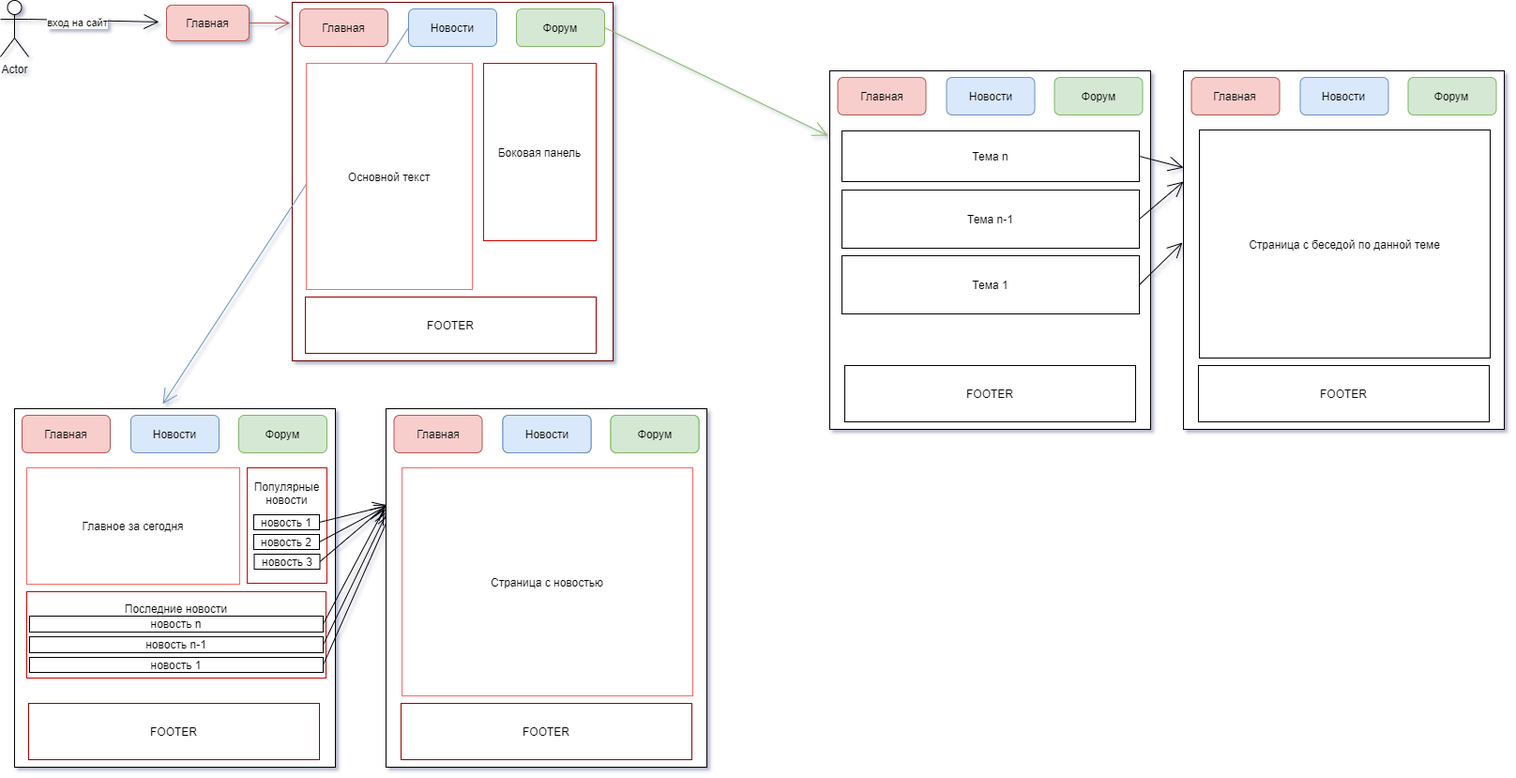
Earlier version of the draw.io export maket.drawio.png (NovicovDanik/PPW). Source tidied: cells renumbered, new cells last; positions are measured from the earlier drawing's top-left corner, leaving out a move shared by most shapes.
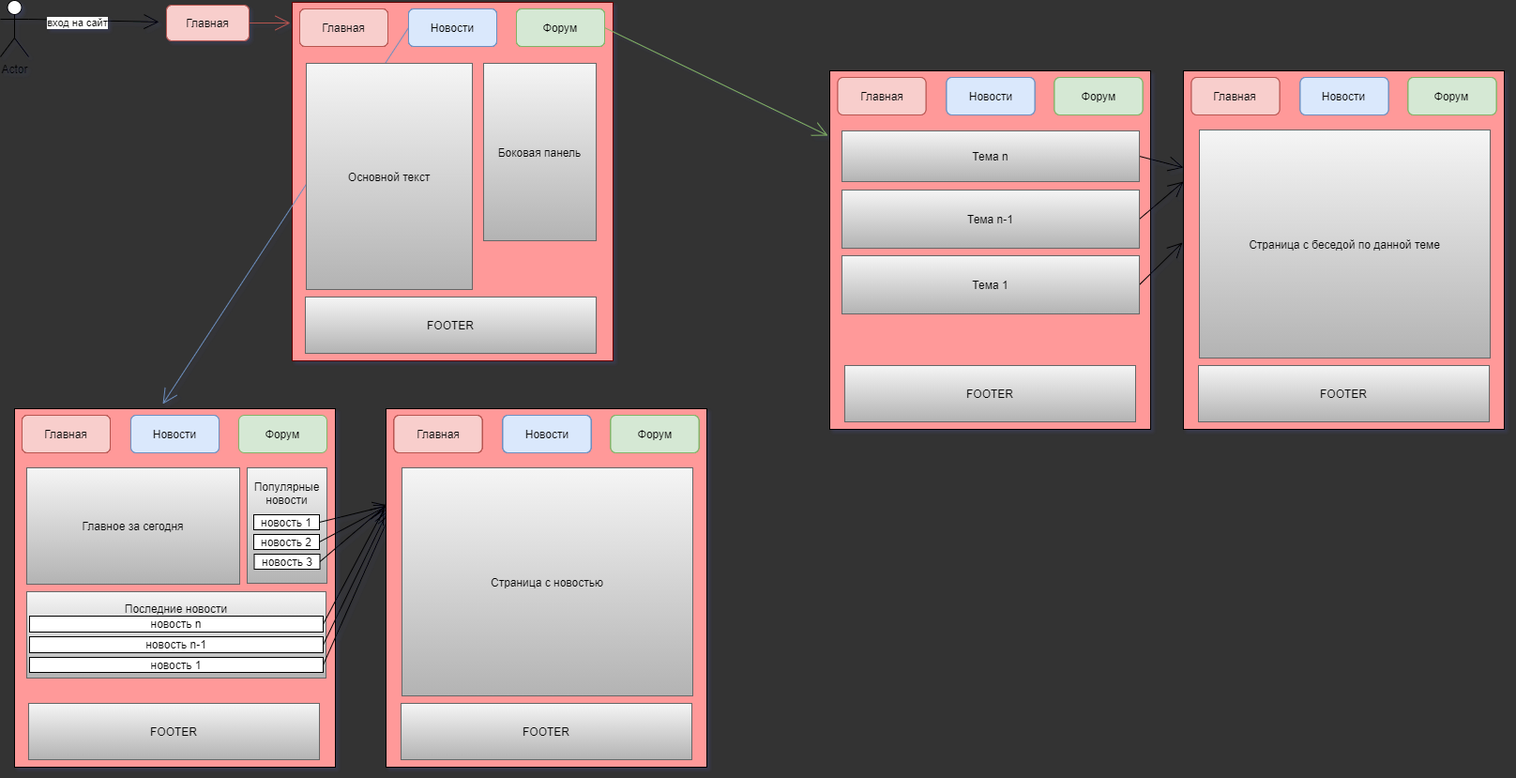
Above is the later version.

Diff of the diagram source:
```diff
@@ -1,2 +1,2 @@
-<mxGraphModel background="#FFFFFF" shadow="1">
+<mxGraphModel background="#333333" shadow="1">
   <root>
@@ -13,3 +13,3 @@
     </mxCell>
-    <mxCell id="5" style="rounded=0;whiteSpace=wrap;html=1;hachureGap=4;strokeColor=#660000;" parent="1" vertex="1">
+    <mxCell id="5" style="rounded=0;whiteSpace=wrap;html=1;hachureGap=4;strokeColor=#660000;fillColor=#FF9999;" parent="1" vertex="1">
       <mxGeometry x="311" y="2" width="342" height="382" as="geometry" />
@@ -39,3 +39,3 @@
     </mxCell>
-    <mxCell id="13" value="FOOTER" style="rounded=0;whiteSpace=wrap;html=1;hachureGap=4;strokeColor=#990000;" parent="1" vertex="1">
+    <mxCell id="13" value="FOOTER" style="rounded=0;whiteSpace=wrap;html=1;hachureGap=4;strokeColor=#666666;gradientColor=#b3b3b3;fillColor=#f5f5f5;" parent="1" vertex="1">
       <mxGeometry x="325" y="316" width="310" height="60" as="geometry" />
@@ -50,3 +50,3 @@
     </mxCell>
-    <mxCell id="16" style="rounded=0;whiteSpace=wrap;html=1;hachureGap=4;" parent="1" vertex="1">
+    <mxCell id="16" style="rounded=0;whiteSpace=wrap;html=1;hachureGap=4;fillColor=#FF9999;" parent="1" vertex="1">
       <mxGeometry x="15" y="435" width="342" height="382" as="geometry" />
@@ -62,9 +62,9 @@
     </mxCell>
-    <mxCell id="20" value="FOOTER" style="rounded=0;whiteSpace=wrap;html=1;hachureGap=4;strokeColor=#990000;" parent="1" vertex="1">
+    <mxCell id="20" value="FOOTER" style="rounded=0;whiteSpace=wrap;html=1;hachureGap=4;strokeColor=#666666;gradientColor=#b3b3b3;fillColor=#f5f5f5;" parent="1" vertex="1">
       <mxGeometry x="30" y="749" width="310" height="60" as="geometry" />
     </mxCell>
-    <mxCell id="21" value="Главное за сегодня" style="rounded=0;whiteSpace=wrap;html=1;hachureGap=4;strokeColor=#FF6666;" parent="1" vertex="1">
+    <mxCell id="21" value="Главное за сегодня" style="rounded=0;whiteSpace=wrap;html=1;hachureGap=4;strokeColor=#666666;gradientColor=#b3b3b3;fillColor=#f5f5f5;" parent="1" vertex="1">
       <mxGeometry x="28" y="498" width="227" height="124" as="geometry" />
     </mxCell>
-    <mxCell id="22" value="Популярные новости&lt;br&gt;&lt;br&gt;&lt;br&gt;&lt;br&gt;&lt;br&gt;&lt;br&gt;" style="rounded=0;whiteSpace=wrap;html=1;hachureGap=4;strokeColor=#CC0000;" parent="1" vertex="1">
+    <mxCell id="22" value="Популярные новости&lt;br&gt;&lt;br&gt;&lt;br&gt;&lt;br&gt;&lt;br&gt;&lt;br&gt;" style="rounded=0;whiteSpace=wrap;html=1;hachureGap=4;strokeColor=#666666;gradientColor=#b3b3b3;fillColor=#f5f5f5;" parent="1" vertex="1">
       <mxGeometry x="263" y="498" width="85" height="123" as="geometry" />
@@ -91,3 +91,3 @@
     </mxCell>
-    <mxCell id="29" value="Последние новости&lt;br&gt;&lt;br&gt;&lt;br&gt;&lt;br&gt;&lt;br&gt;" style="rounded=0;whiteSpace=wrap;html=1;hachureGap=4;strokeColor=#CC0000;" parent="1" vertex="1">
+    <mxCell id="29" value="Последние новости&lt;br&gt;&lt;br&gt;&lt;br&gt;&lt;br&gt;&lt;br&gt;" style="rounded=0;whiteSpace=wrap;html=1;hachureGap=4;strokeColor=#666666;gradientColor=#b3b3b3;fillColor=#f5f5f5;" parent="1" vertex="1">
       <mxGeometry x="28" y="630" width="319" height="92" as="geometry" />
@@ -114,3 +114,3 @@
     </mxCell>
-    <mxCell id="36" style="rounded=0;whiteSpace=wrap;html=1;hachureGap=4;" parent="1" vertex="1">
+    <mxCell id="36" style="rounded=0;whiteSpace=wrap;html=1;hachureGap=4;fillColor=#FF9999;" parent="1" vertex="1">
       <mxGeometry x="411" y="435" width="342" height="382" as="geometry" />
@@ -129,6 +129,6 @@
     </mxCell>
-    <mxCell id="41" value="FOOTER" style="rounded=0;whiteSpace=wrap;html=1;hachureGap=4;strokeColor=#990000;" parent="1" vertex="1">
+    <mxCell id="41" value="FOOTER" style="rounded=0;whiteSpace=wrap;html=1;hachureGap=4;strokeColor=#666666;gradientColor=#b3b3b3;fillColor=#f5f5f5;" parent="1" vertex="1">
       <mxGeometry x="427" y="749" width="310" height="60" as="geometry" />
     </mxCell>
-    <mxCell id="42" style="rounded=0;whiteSpace=wrap;html=1;hachureGap=4;" parent="1" vertex="1">
+    <mxCell id="42" style="rounded=0;whiteSpace=wrap;html=1;hachureGap=4;fillColor=#FF9999;" parent="1" vertex="1">
       <mxGeometry x="884" y="75" width="342" height="382" as="geometry" />
@@ -147,6 +147,6 @@
     </mxCell>
-    <mxCell id="47" value="Тема n" style="rounded=0;whiteSpace=wrap;html=1;hachureGap=4;" parent="1" vertex="1">
+    <mxCell id="47" value="Тема n" style="rounded=0;whiteSpace=wrap;html=1;hachureGap=4;gradientColor=#b3b3b3;fillColor=#f5f5f5;strokeColor=#666666;" parent="1" vertex="1">
       <mxGeometry x="897" y="139" width="317" height="54" as="geometry" />
     </mxCell>
-    <mxCell id="48" value="FOOTER" style="rounded=0;whiteSpace=wrap;html=1;hachureGap=4;" parent="1" vertex="1">
+    <mxCell id="48" value="FOOTER" style="rounded=0;whiteSpace=wrap;html=1;hachureGap=4;gradientColor=#b3b3b3;fillColor=#f5f5f5;strokeColor=#666666;" parent="1" vertex="1">
       <mxGeometry x="900" y="389" width="310" height="60" as="geometry" />
@@ -156,3 +156,3 @@
     </mxCell>
-    <mxCell id="50" value="Тема n-1" style="rounded=0;whiteSpace=wrap;html=1;hachureGap=4;" parent="1" vertex="1">
+    <mxCell id="50" value="Тема n-1" style="rounded=0;whiteSpace=wrap;html=1;hachureGap=4;gradientColor=#b3b3b3;fillColor=#f5f5f5;strokeColor=#666666;" parent="1" vertex="1">
       <mxGeometry x="897" y="202" width="317" height="62" as="geometry" />
@@ -162,6 +162,6 @@
     </mxCell>
-    <mxCell id="52" value="Тема 1" style="rounded=0;whiteSpace=wrap;html=1;hachureGap=4;" parent="1" vertex="1">
+    <mxCell id="52" value="Тема 1" style="rounded=0;whiteSpace=wrap;html=1;hachureGap=4;gradientColor=#b3b3b3;fillColor=#f5f5f5;strokeColor=#666666;" parent="1" vertex="1">
       <mxGeometry x="897" y="272" width="317" height="62" as="geometry" />
     </mxCell>
-    <mxCell id="53" value="Страница с новостью" style="rounded=0;whiteSpace=wrap;html=1;hachureGap=4;strokeColor=#FF6666;" parent="1" vertex="1">
+    <mxCell id="53" value="Страница с новостью" style="rounded=0;whiteSpace=wrap;html=1;hachureGap=4;strokeColor=#666666;gradientColor=#b3b3b3;fillColor=#f5f5f5;" parent="1" vertex="1">
       <mxGeometry x="428" y="498" width="310" height="243" as="geometry" />
@@ -174,3 +174,3 @@
     </mxCell>
-    <mxCell id="56" style="rounded=0;whiteSpace=wrap;html=1;hachureGap=4;" parent="1" vertex="1">
+    <mxCell id="56" style="rounded=0;whiteSpace=wrap;html=1;hachureGap=4;fillColor=#FF9999;" parent="1" vertex="1">
       <mxGeometry x="1261" y="75" width="342" height="382" as="geometry" />
@@ -180,6 +180,6 @@
     </mxCell>
-    <mxCell id="58" value="FOOTER" style="rounded=0;whiteSpace=wrap;html=1;hachureGap=4;" parent="1" vertex="1">
+    <mxCell id="58" value="FOOTER" style="rounded=0;whiteSpace=wrap;html=1;hachureGap=4;gradientColor=#b3b3b3;fillColor=#f5f5f5;strokeColor=#666666;" parent="1" vertex="1">
       <mxGeometry x="1277" y="389" width="310" height="60" as="geometry" />
     </mxCell>
-    <mxCell id="59" value="Страница с беседой по данной теме" style="rounded=0;whiteSpace=wrap;html=1;hachureGap=4;" parent="1" vertex="1">
+    <mxCell id="59" value="Страница с беседой по данной теме" style="rounded=0;whiteSpace=wrap;html=1;hachureGap=4;gradientColor=#b3b3b3;fillColor=#f5f5f5;strokeColor=#666666;" parent="1" vertex="1">
       <mxGeometry x="1278" y="138" width="310" height="243" as="geometry" />
@@ -192,2 +192,137 @@
     </mxCell>
+    <mxCell id="62" value="Главная" style="rounded=1;whiteSpace=wrap;html=1;hachureGap=4;fillColor=#f8cecc;strokeColor=#b85450;" parent="1" vertex="1">
+      <mxGeometry x="319" y="9" width="94" height="40" as="geometry" />
+    </mxCell>
+    <mxCell id="63" value="Новости" style="rounded=1;whiteSpace=wrap;html=1;hachureGap=4;fillColor=#dae8fc;strokeColor=#6c8ebf;" parent="1" vertex="1">
+      <mxGeometry x="435" y="9" width="94" height="40" as="geometry" />
+    </mxCell>
+    <mxCell id="64" value="Форум" style="rounded=1;whiteSpace=wrap;html=1;hachureGap=4;fillColor=#d5e8d4;strokeColor=#82b366;" parent="1" vertex="1">
+      <mxGeometry x="550" y="9" width="94" height="40" as="geometry" />
+    </mxCell>
+    <mxCell id="65" value="Главная" style="rounded=1;whiteSpace=wrap;html=1;hachureGap=4;fillColor=#f8cecc;strokeColor=#b85450;" parent="1" vertex="1">
+      <mxGeometry x="23" y="442" width="94" height="40" as="geometry" />
+    </mxCell>
+    <mxCell id="66" value="Новости" style="rounded=1;whiteSpace=wrap;html=1;hachureGap=4;fillColor=#dae8fc;strokeColor=#6c8ebf;" parent="1" vertex="1">
+      <mxGeometry x="139" y="442" width="94" height="40" as="geometry" />
+    </mxCell>
+    <mxCell id="67" value="Главная" style="rounded=1;whiteSpace=wrap;html=1;hachureGap=4;fillColor=#f8cecc;strokeColor=#b85450;" parent="1" vertex="1">
+      <mxGeometry x="419.5" y="442" width="94" height="40" as="geometry" />
+    </mxCell>
+    <mxCell id="68" value="Новости" style="rounded=1;whiteSpace=wrap;html=1;hachureGap=4;fillColor=#dae8fc;strokeColor=#6c8ebf;" parent="1" vertex="1">
+      <mxGeometry x="535.5" y="442" width="94" height="40" as="geometry" />
+    </mxCell>
+    <mxCell id="69" value="Форум" style="rounded=1;whiteSpace=wrap;html=1;hachureGap=4;fillColor=#d5e8d4;strokeColor=#82b366;" parent="1" vertex="1">
+      <mxGeometry x="650.5" y="442" width="94" height="40" as="geometry" />
+    </mxCell>
+    <mxCell id="70" value="Главная" style="rounded=1;whiteSpace=wrap;html=1;hachureGap=4;fillColor=#f8cecc;strokeColor=#b85450;" parent="1" vertex="1">
+      <mxGeometry x="319" y="9" width="94" height="40" as="geometry" />
+    </mxCell>
+    <mxCell id="71" value="Новости" style="rounded=1;whiteSpace=wrap;html=1;hachureGap=4;fillColor=#dae8fc;strokeColor=#6c8ebf;" parent="1" vertex="1">
+      <mxGeometry x="435" y="9" width="94" height="40" as="geometry" />
+    </mxCell>
+    <mxCell id="72" value="Форум" style="rounded=1;whiteSpace=wrap;html=1;hachureGap=4;fillColor=#d5e8d4;strokeColor=#82b366;" parent="1" vertex="1">
+      <mxGeometry x="550" y="9" width="94" height="40" as="geometry" />
+    </mxCell>
+    <mxCell id="73" value="Главная" style="rounded=1;whiteSpace=wrap;html=1;hachureGap=4;fillColor=#f8cecc;strokeColor=#b85450;" parent="1" vertex="1">
+      <mxGeometry x="23" y="442" width="94" height="40" as="geometry" />
+    </mxCell>
+    <mxCell id="74" value="Новости" style="rounded=1;whiteSpace=wrap;html=1;hachureGap=4;fillColor=#dae8fc;strokeColor=#6c8ebf;" parent="1" vertex="1">
+      <mxGeometry x="139" y="442" width="94" height="40" as="geometry" />
+    </mxCell>
+    <mxCell id="75" value="Главная" style="rounded=1;whiteSpace=wrap;html=1;hachureGap=4;fillColor=#f8cecc;strokeColor=#b85450;" parent="1" vertex="1">
+      <mxGeometry x="419.5" y="442" width="94" height="40" as="geometry" />
+    </mxCell>
+    <mxCell id="76" value="Новости" style="rounded=1;whiteSpace=wrap;html=1;hachureGap=4;fillColor=#dae8fc;strokeColor=#6c8ebf;" parent="1" vertex="1">
+      <mxGeometry x="535.5" y="442" width="94" height="40" as="geometry" />
+    </mxCell>
+    <mxCell id="77" value="Форум" style="rounded=1;whiteSpace=wrap;html=1;hachureGap=4;fillColor=#d5e8d4;strokeColor=#82b366;" parent="1" vertex="1">
+      <mxGeometry x="650.5" y="442" width="94" height="40" as="geometry" />
+    </mxCell>
+    <mxCell id="78" value="Новости" style="rounded=1;whiteSpace=wrap;html=1;hachureGap=4;fillColor=#dae8fc;strokeColor=#6c8ebf;" parent="1" vertex="1">
+      <mxGeometry x="1008.5" y="82" width="94" height="40" as="geometry" />
+    </mxCell>
+    <mxCell id="79" value="Форум" style="rounded=1;whiteSpace=wrap;html=1;hachureGap=4;fillColor=#d5e8d4;strokeColor=#82b366;" parent="1" vertex="1">
+      <mxGeometry x="1123.5" y="82" width="94" height="40" as="geometry" />
+    </mxCell>
+    <mxCell id="80" value="Главная" style="rounded=1;whiteSpace=wrap;html=1;hachureGap=4;fillColor=#f8cecc;strokeColor=#b85450;" parent="1" vertex="1">
+      <mxGeometry x="319" y="9" width="94" height="40" as="geometry" />
+    </mxCell>
+    <mxCell id="81" value="Новости" style="rounded=1;whiteSpace=wrap;html=1;hachureGap=4;fillColor=#dae8fc;strokeColor=#6c8ebf;" parent="1" vertex="1">
+      <mxGeometry x="435" y="9" width="94" height="40" as="geometry" />
+    </mxCell>
+    <mxCell id="82" value="Форум" style="rounded=1;whiteSpace=wrap;html=1;hachureGap=4;fillColor=#d5e8d4;strokeColor=#82b366;" parent="1" vertex="1">
+      <mxGeometry x="550" y="9" width="94" height="40" as="geometry" />
+    </mxCell>
+    <mxCell id="83" value="Главная" style="rounded=1;whiteSpace=wrap;html=1;hachureGap=4;fillColor=#f8cecc;strokeColor=#b85450;" parent="1" vertex="1">
+      <mxGeometry x="23" y="442" width="94" height="40" as="geometry" />
+    </mxCell>
+    <mxCell id="84" value="Главная" style="rounded=1;whiteSpace=wrap;html=1;hachureGap=4;fillColor=#f8cecc;strokeColor=#b85450;" parent="1" vertex="1">
+      <mxGeometry x="419.5" y="442" width="94" height="40" as="geometry" />
+    </mxCell>
+    <mxCell id="85" value="Новости" style="rounded=1;whiteSpace=wrap;html=1;hachureGap=4;fillColor=#dae8fc;strokeColor=#6c8ebf;" parent="1" vertex="1">
+      <mxGeometry x="535.5" y="442" width="94" height="40" as="geometry" />
+    </mxCell>
+    <mxCell id="86" value="Новости" style="rounded=1;whiteSpace=wrap;html=1;hachureGap=4;fillColor=#dae8fc;strokeColor=#6c8ebf;" parent="1" vertex="1">
+      <mxGeometry x="1008.5" y="82" width="94" height="40" as="geometry" />
+    </mxCell>
+    <mxCell id="87" value="Форум" style="rounded=1;whiteSpace=wrap;html=1;hachureGap=4;fillColor=#d5e8d4;strokeColor=#82b366;" parent="1" vertex="1">
+      <mxGeometry x="1123.5" y="82" width="94" height="40" as="geometry" />
+    </mxCell>
+    <mxCell id="88" value="Новости" style="rounded=1;whiteSpace=wrap;html=1;hachureGap=4;fillColor=#dae8fc;strokeColor=#6c8ebf;" parent="1" vertex="1">
+      <mxGeometry x="1385.5" y="82" width="94" height="40" as="geometry" />
+    </mxCell>
+    <mxCell id="89" value="Форум" style="rounded=1;whiteSpace=wrap;html=1;hachureGap=4;fillColor=#d5e8d4;strokeColor=#82b366;" parent="1" vertex="1">
+      <mxGeometry x="1500.5" y="82" width="94" height="40" as="geometry" />
+    </mxCell>
+    <mxCell id="90" value="Главная" style="rounded=1;whiteSpace=wrap;html=1;hachureGap=4;fillColor=#f8cecc;strokeColor=#b85450;" parent="1" vertex="1">
+      <mxGeometry x="319" y="9" width="94" height="40" as="geometry" />
+    </mxCell>
+    <mxCell id="91" value="Новости" style="rounded=1;whiteSpace=wrap;html=1;hachureGap=4;fillColor=#dae8fc;strokeColor=#6c8ebf;" parent="1" vertex="1">
+      <mxGeometry x="435" y="9" width="94" height="40" as="geometry" />
+    </mxCell>
+    <mxCell id="92" value="Форум" style="rounded=1;whiteSpace=wrap;html=1;hachureGap=4;fillColor=#d5e8d4;strokeColor=#82b366;" parent="1" vertex="1">
+      <mxGeometry x="550" y="9" width="94" height="40" as="geometry" />
+    </mxCell>
+    <mxCell id="93" value="Главная" style="rounded=1;whiteSpace=wrap;html=1;hachureGap=4;fillColor=#f8cecc;strokeColor=#b85450;" parent="1" vertex="1">
+      <mxGeometry x="23" y="442" width="94" height="40" as="geometry" />
+    </mxCell>
+    <mxCell id="94" value="Главная" style="rounded=1;whiteSpace=wrap;html=1;hachureGap=4;fillColor=#f8cecc;strokeColor=#b85450;" parent="1" vertex="1">
+      <mxGeometry x="419.5" y="442" width="94" height="40" as="geometry" />
+    </mxCell>
+    <mxCell id="95" value="Новости" style="rounded=1;whiteSpace=wrap;html=1;hachureGap=4;fillColor=#dae8fc;strokeColor=#6c8ebf;" parent="1" vertex="1">
+      <mxGeometry x="535.5" y="442" width="94" height="40" as="geometry" />
+    </mxCell>
+    <mxCell id="96" value="Новости" style="rounded=1;whiteSpace=wrap;html=1;hachureGap=4;fillColor=#dae8fc;strokeColor=#6c8ebf;" parent="1" vertex="1">
+      <mxGeometry x="1385.5" y="82" width="94" height="40" as="geometry" />
+    </mxCell>
+    <mxCell id="97" value="Форум" style="rounded=1;whiteSpace=wrap;html=1;hachureGap=4;fillColor=#d5e8d4;strokeColor=#82b366;" parent="1" vertex="1">
+      <mxGeometry x="1500.5" y="82" width="94" height="40" as="geometry" />
+    </mxCell>
+    <mxCell id="98" value="Главная" style="rounded=1;whiteSpace=wrap;html=1;hachureGap=4;fillColor=#f8cecc;strokeColor=#b85450;" parent="1" vertex="1">
+      <mxGeometry x="319" y="9" width="94" height="40" as="geometry" />
+    </mxCell>
+    <mxCell id="99" value="Новости" style="rounded=1;whiteSpace=wrap;html=1;hachureGap=4;fillColor=#dae8fc;strokeColor=#6c8ebf;" parent="1" vertex="1">
+      <mxGeometry x="435" y="9" width="94" height="40" as="geometry" />
+    </mxCell>
+    <mxCell id="100" value="Форум" style="rounded=1;whiteSpace=wrap;html=1;hachureGap=4;fillColor=#d5e8d4;strokeColor=#82b366;" parent="1" vertex="1">
+      <mxGeometry x="550" y="9" width="94" height="40" as="geometry" />
+    </mxCell>
+    <mxCell id="101" value="Главная" style="rounded=1;whiteSpace=wrap;html=1;hachureGap=4;fillColor=#f8cecc;strokeColor=#b85450;" parent="1" vertex="1">
+      <mxGeometry x="23" y="442" width="94" height="40" as="geometry" />
+    </mxCell>
+    <mxCell id="102" value="Главная" style="rounded=1;whiteSpace=wrap;html=1;hachureGap=4;fillColor=#f8cecc;strokeColor=#b85450;" parent="1" vertex="1">
+      <mxGeometry x="419.5" y="442" width="94" height="40" as="geometry" />
+    </mxCell>
+    <mxCell id="103" value="Главная" style="rounded=1;whiteSpace=wrap;html=1;hachureGap=4;fillColor=#f8cecc;strokeColor=#b85450;" parent="1" vertex="1">
+      <mxGeometry x="892.5" y="82" width="94" height="40" as="geometry" />
+    </mxCell>
+    <mxCell id="104" value="Главная" style="rounded=1;whiteSpace=wrap;html=1;hachureGap=4;fillColor=#f8cecc;strokeColor=#b85450;" parent="1" vertex="1">
+      <mxGeometry x="1269.5" y="82" width="94" height="40" as="geometry" />
+    </mxCell>
+    <mxCell id="105" value="Основной текст" style="rounded=0;whiteSpace=wrap;html=1;hachureGap=4;strokeColor=#666666;gradientColor=#b3b3b3;fillColor=#f5f5f5;" parent="1" vertex="1">
+      <mxGeometry x="326" y="67" width="177" height="241" as="geometry" />
+    </mxCell>
+    <mxCell id="106" value="Боковая панель" style="rounded=0;whiteSpace=wrap;html=1;hachureGap=4;strokeColor=#666666;gradientColor=#b3b3b3;fillColor=#f5f5f5;" parent="1" vertex="1">
+      <mxGeometry x="515" y="67" width="120" height="189" as="geometry" />
+    </mxCell>
   </root>
```
